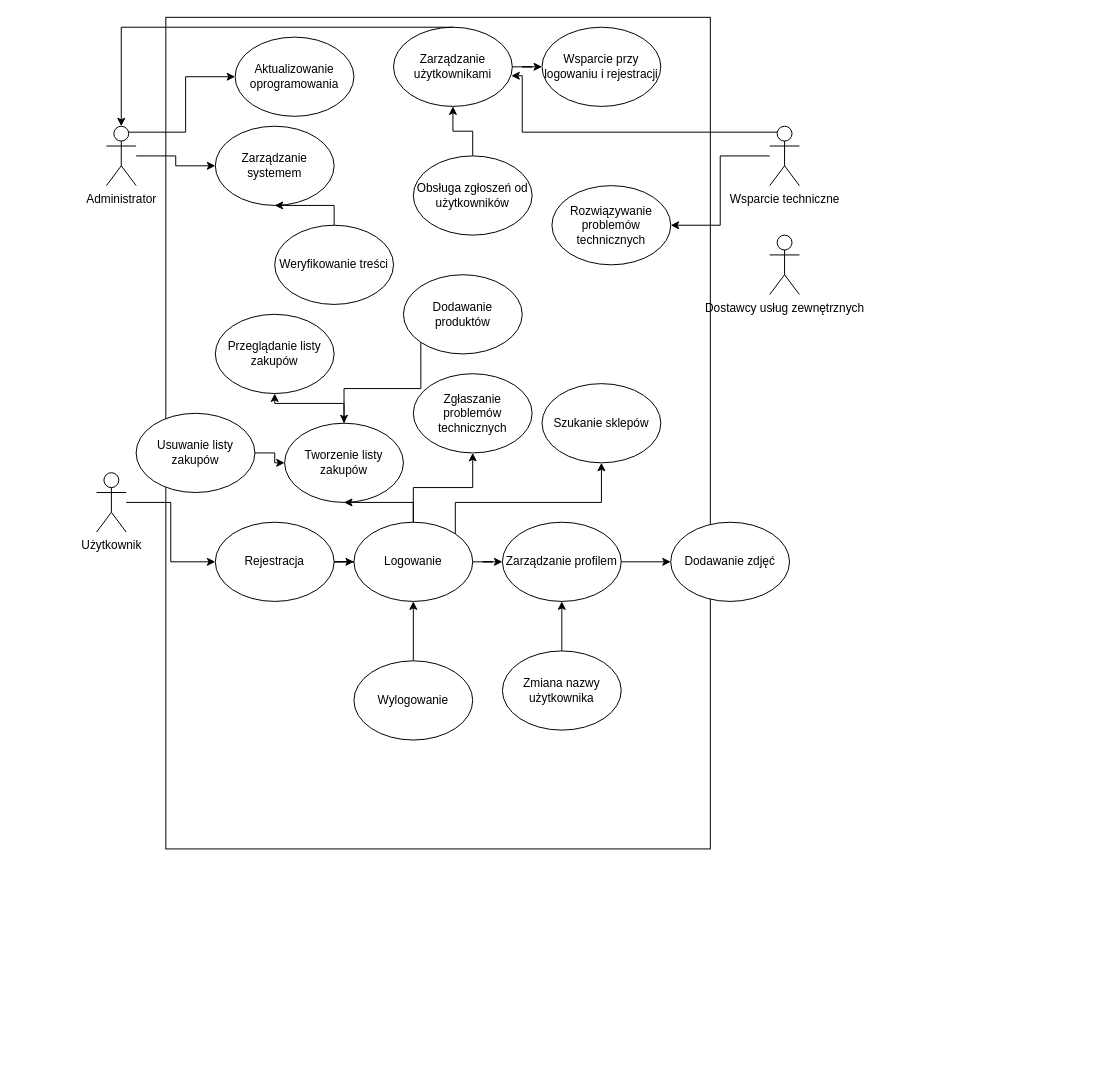
Before: Untitled Diagram.drawio in przemekszw/ReactApp, a draw.io diagram. Source tidied: cells renumbered, new cells numbered last; positions are measured from the earlier drawing's top-left corner, leaving out a move shared by most shapes. Both pictures are drawn from the tidied source at 99%, with x=0, y=0 at pixel (96, 17).
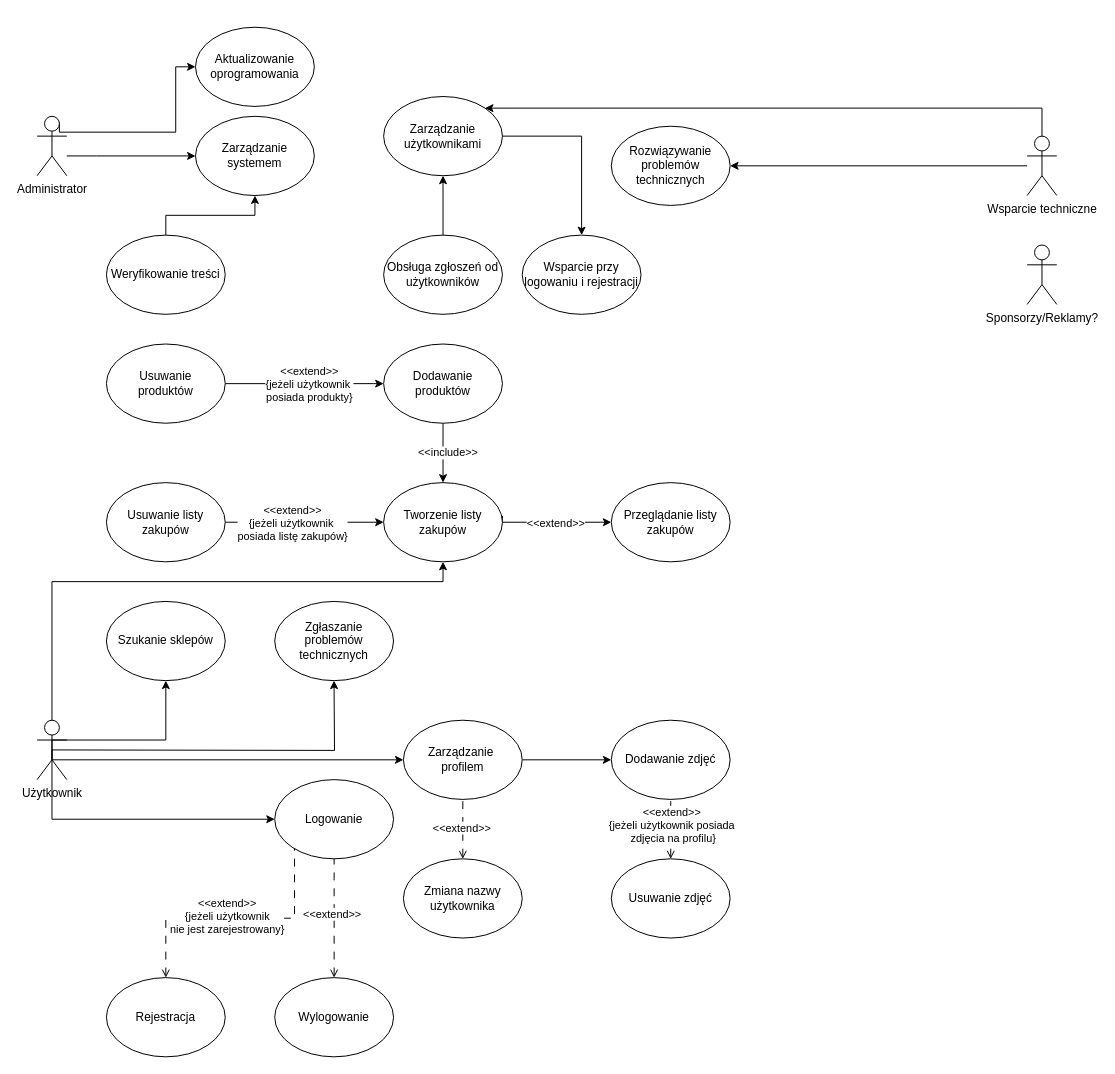
The same diagram, later.

The change refers to these unchanged cells:
```xml
<mxCell id="36" style="edgeStyle=orthogonalEdgeStyle;rounded=0;jettySize=auto;html=1;" parent="1" edge="1" source="37" target="11">
  <mxGeometry relative="1" as="geometry" />
</mxCell>
```

Change to the diagram source:
```diff
@@
-    <mxCell id="2" style="rounded=0;whiteSpace=wrap;html=1;shadow=0;" parent="1" vertex="1">
-      <mxGeometry x="70" width="550" height="840" as="geometry" />
-    </mxCell>
     <mxCell id="3" style="edgeStyle=orthogonalEdgeStyle;rounded=0;jettySize=auto;html=1;" parent="1" edge="1" source="5" target="23">
-      <mxGeometry relative="1" as="geometry" />
+      <mxGeometry relative="1" as="geometry">
+        <Array as="points">
+          <mxPoint y="140" />
+          <mxPoint y="140" />
+        </Array>
+      </mxGeometry>
     </mxCell>
     <mxCell id="4" style="edgeStyle=orthogonalEdgeStyle;rounded=0;jettySize=auto;html=1;exitX=0.75;exitY=0.1;exitDx=0;exitDy=0;exitPerimeter=0;entryX=0;entryY=0.5;entryDx=0;entryDy=0;" parent="1" edge="1" source="5" target="8">
-      <mxGeometry relative="1" as="geometry" />
+      <mxGeometry relative="1" as="geometry">
+        <Array as="points">
+          <mxPoint x="-38" y="116" />
+          <mxPoint x="80" y="116" />
+          <mxPoint x="80" y="50" />
+        </Array>
+      </mxGeometry>
     </mxCell>
     <mxCell id="5" value="&lt;div&gt;Administrator&lt;/div&gt;" style="shape=umlActor;verticalLabelPosition=bottom;verticalAlign=top;html=1;outlineConnect=0;" parent="1" vertex="1">
-      <mxGeometry x="10" y="110" width="30" height="60" as="geometry" />
+      <mxGeometry x="-60" y="100" width="30" height="60" as="geometry" />
     </mxCell>
-    <mxCell id="6" style="edgeStyle=orthogonalEdgeStyle;rounded=0;jettySize=auto;html=1;" parent="1" edge="1" source="7" target="19">
-      <mxGeometry relative="1" as="geometry" />
+    <mxCell id="6" style="edgeStyle=orthogonalEdgeStyle;rounded=0;jettySize=auto;html=1;endArrow=none;endFill=0;startArrow=open;startFill=0;dashed=1;dashPattern=8 8;" parent="1" edge="1" source="19" target="17">
+      <mxGeometry relative="1" as="geometry">
+        <Array as="points">
+          <mxPoint x="70" y="910" />
+          <mxPoint x="200" y="910" />
+        </Array>
+      </mxGeometry>
     </mxCell>
+    <mxCell id="46" value="&lt;div&gt;&amp;lt;&amp;lt;extend&amp;gt;&amp;gt;&lt;/div&gt;&lt;div&gt;{jeżeli użytkownik&lt;/div&gt;&lt;div&gt;nie jest zarejestrowany}&lt;/div&gt;" style="edgeLabel;html=1;align=center;verticalAlign=middle;" parent="6" vertex="1">
+      <mxGeometry x="0.12" y="3" relative="1" as="geometry">
+        <mxPoint x="-25" as="offset" />
+      </mxGeometry>
+    </mxCell>
+    <mxCell id="47" style="edgeStyle=orthogonalEdgeStyle;rounded=0;jettySize=auto;html=1;exitX=0.5;exitY=0.5;exitDx=0;exitDy=0;exitPerimeter=0;entryX=0;entryY=0.5;entryDx=0;entryDy=0;" parent="1" edge="1" source="7" target="41">
+      <mxGeometry relative="1" as="geometry">
+        <Array as="points">
+          <mxPoint x="-45" y="750" />
+        </Array>
+      </mxGeometry>
+    </mxCell>
+    <mxCell id="48" style="edgeStyle=orthogonalEdgeStyle;rounded=0;jettySize=auto;html=1;exitX=0.5;exitY=0.5;exitDx=0;exitDy=0;exitPerimeter=0;entryX=0.5;entryY=1;entryDx=0;entryDy=0;" parent="1" edge="1" source="7" target="20">
+      <mxGeometry relative="1" as="geometry">
+        <Array as="points">
+          <mxPoint x="-45" y="730" />
+          <mxPoint x="70" y="730" />
+        </Array>
+      </mxGeometry>
+    </mxCell>
+    <mxCell id="49" style="edgeStyle=orthogonalEdgeStyle;rounded=0;orthogonalLoop=1;jettySize=auto;html=1;exitX=0.5;exitY=0.5;exitDx=0;exitDy=0;exitPerimeter=0;entryX=0.5;entryY=1;entryDx=0;entryDy=0;" parent="1" edge="1">
+      <mxGeometry relative="1" as="geometry">
+        <mxPoint x="-45" y="740" as="sourcePoint" />
+        <mxPoint x="239.9" y="670" as="targetPoint" />
+      </mxGeometry>
+    </mxCell>
     <mxCell id="7" value="&lt;div&gt;Użytkownik&lt;/div&gt;" style="shape=umlActor;verticalLabelPosition=bottom;verticalAlign=top;html=1;outlineConnect=0;" parent="1" vertex="1">
-      <mxGeometry y="460" width="30" height="60" as="geometry" />
+      <mxGeometry x="-60" y="710" width="30" height="60" as="geometry" />
     </mxCell>
     <mxCell id="8" value="&lt;div&gt;Aktualizowanie oprogramowania&lt;/div&gt;" style="ellipse;whiteSpace=wrap;html=1;" parent="1" vertex="1">
-      <mxGeometry x="140" y="20" width="120" height="80" as="geometry" />
+      <mxGeometry x="100" y="10" width="120" height="80" as="geometry" />
     </mxCell>
     <mxCell id="9" value="Przeglądanie listy zakupów" style="ellipse;whiteSpace=wrap;html=1;" parent="1" vertex="1">
-      <mxGeometry x="120" y="300" width="120" height="80" as="geometry" />
+      <mxGeometry x="520" y="470" width="120" height="80" as="geometry" />
     </mxCell>
-    <mxCell id="10" style="edgeStyle=orthogonalEdgeStyle;rounded=0;jettySize=auto;html=1;" parent="1" edge="1" source="11" target="9">
-      <mxGeometry relative="1" as="geometry" />
+    <mxCell id="10" style="edgeStyle=orthogonalEdgeStyle;rounded=0;jettySize=auto;html=1;entryX=0;entryY=0.5;entryDx=0;entryDy=0;exitX=1;exitY=0.42;exitDx=0;exitDy=0;exitPerimeter=0;" parent="1" edge="1" source="11" target="9">
+      <mxGeometry relative="1" as="geometry">
+        <Array as="points">
+          <mxPoint x="410" y="510" />
+          <mxPoint x="520" y="510" />
+        </Array>
+      </mxGeometry>
     </mxCell>
+    <mxCell id="50" value="&amp;lt;&amp;lt;extend&amp;gt;&amp;gt;" style="edgeLabel;html=1;align=center;verticalAlign=middle;" parent="10" vertex="1">
+      <mxGeometry x="0.5" y="-2" relative="1" as="geometry">
+        <mxPoint x="-27" y="-2" as="offset" />
+      </mxGeometry>
+    </mxCell>
     <mxCell id="11" value="Tworzenie listy zakupów" style="ellipse;whiteSpace=wrap;html=1;" parent="1" vertex="1">
-      <mxGeometry x="190" y="410" width="120" height="80" as="geometry" />
+      <mxGeometry x="290" y="470" width="120" height="80" as="geometry" />
     </mxCell>
     <mxCell id="12" value="&lt;div&gt;Dodawanie zdjęć&lt;/div&gt;" style="ellipse;whiteSpace=wrap;html=1;" parent="1" vertex="1">
-      <mxGeometry x="580" y="510" width="120" height="80" as="geometry" />
+      <mxGeometry x="520" y="710" width="120" height="80" as="geometry" />
     </mxCell>
-    <mxCell id="13" style="edgeStyle=orthogonalEdgeStyle;rounded=0;jettySize=auto;html=1;" parent="1" edge="1" source="17" target="11">
-      <mxGeometry relative="1" as="geometry" />
-    </mxCell>
-    <mxCell id="14" style="edgeStyle=orthogonalEdgeStyle;rounded=0;jettySize=auto;html=1;exitX=1;exitY=0;exitDx=0;exitDy=0;" parent="1" edge="1" source="17" target="20">
-      <mxGeometry relative="1" as="geometry">
-        <Array as="points">
-          <mxPoint x="362" y="490" />
-          <mxPoint x="510" y="490" />
-        </Array>
-      </mxGeometry>
-    </mxCell>
-    <mxCell id="15" style="edgeStyle=orthogonalEdgeStyle;rounded=0;jettySize=auto;html=1;entryX=0.5;entryY=1;entryDx=0;entryDy=0;" parent="1" edge="1" source="17" target="35">
-      <mxGeometry relative="1" as="geometry" />
-    </mxCell>
-    <mxCell id="16" style="edgeStyle=orthogonalEdgeStyle;rounded=0;jettySize=auto;html=1;" parent="1" edge="1" source="17" target="41">
-      <mxGeometry relative="1" as="geometry" />
-    </mxCell>
     <mxCell id="17" value="&lt;div&gt;Logowanie&lt;/div&gt;" style="ellipse;whiteSpace=wrap;html=1;" parent="1" vertex="1">
-      <mxGeometry x="260" y="510" width="120" height="80" as="geometry" />
+      <mxGeometry x="180" y="770" width="120" height="80" as="geometry" />
     </mxCell>
-    <mxCell id="18" style="edgeStyle=orthogonalEdgeStyle;rounded=0;jettySize=auto;html=1;" parent="1" edge="1" source="19" target="17">
-      <mxGeometry relative="1" as="geometry" />
+    <mxCell id="18" style="edgeStyle=orthogonalEdgeStyle;rounded=0;jettySize=auto;html=1;exitX=0.5;exitY=0.5;exitDx=0;exitDy=0;exitPerimeter=0;" parent="1" edge="1" source="7" target="17">
+      <mxGeometry relative="1" as="geometry">
+        <Array as="points">
+          <mxPoint x="-45" y="810" />
+          <mxPoint x="240" y="810" />
+        </Array>
+      </mxGeometry>
     </mxCell>
     <mxCell id="19" value="&lt;div&gt;Rejestracja&lt;/div&gt;" style="ellipse;whiteSpace=wrap;html=1;" parent="1" vertex="1">
-      <mxGeometry x="120" y="510" width="120" height="80" as="geometry" />
+      <mxGeometry x="10" y="970" width="120" height="80" as="geometry" />
     </mxCell>
     <mxCell id="20" value="Szukanie sklepów" style="ellipse;whiteSpace=wrap;html=1;" parent="1" vertex="1">
-      <mxGeometry x="450" y="370" width="120" height="80" as="geometry" />
+      <mxGeometry x="10" y="590" width="120" height="80" as="geometry" />
     </mxCell>
@@
     <mxCell id="22" value="Zarządzanie użytkownikami" style="ellipse;whiteSpace=wrap;html=1;" parent="1" vertex="1">
-      <mxGeometry x="300" y="10" width="120" height="80" as="geometry" />
+      <mxGeometry x="290" y="80" width="120" height="80" as="geometry" />
     </mxCell>
     <mxCell id="23" value="Zarządzanie systemem" style="ellipse;whiteSpace=wrap;html=1;" parent="1" vertex="1">
-      <mxGeometry x="120" y="110" width="120" height="80" as="geometry" />
+      <mxGeometry x="100" y="100" width="120" height="80" as="geometry" />
     </mxCell>
@@
     <mxCell id="25" value="Weryfikowanie treści" style="ellipse;whiteSpace=wrap;html=1;" parent="1" vertex="1">
-      <mxGeometry x="180" y="210" width="120" height="80" as="geometry" />
+      <mxGeometry x="10" y="220" width="120" height="80" as="geometry" />
     </mxCell>
@@
+    <mxCell id="34" style="edgeStyle=orthogonalEdgeStyle;rounded=0;jettySize=auto;html=1;exitX=0.5;exitY=0;exitDx=0;exitDy=0;exitPerimeter=0;entryX=1;entryY=0;entryDx=0;entryDy=0;" parent="1" edge="1" source="27" target="22">
+      <mxGeometry relative="1" as="geometry" />
+    </mxCell>
     <mxCell id="27" value="&lt;div&gt;Wsparcie techniczne&lt;/div&gt;" style="shape=umlActor;verticalLabelPosition=bottom;verticalAlign=top;html=1;outlineConnect=0;" parent="1" vertex="1">
-      <mxGeometry x="680" y="110" width="30" height="60" as="geometry" />
+      <mxGeometry x="940" y="120" width="30" height="60" as="geometry" />
     </mxCell>
-    <mxCell id="28" value="Dostawcy usług zewnętrznych" style="shape=umlActor;verticalLabelPosition=bottom;verticalAlign=top;html=1;" parent="1" vertex="1">
-      <mxGeometry x="680" y="220" width="30" height="60" as="geometry" />
+    <mxCell id="28" value="&lt;div&gt;Sponsorzy/Reklamy?&lt;/div&gt;" style="shape=umlActor;verticalLabelPosition=bottom;verticalAlign=top;html=1;" parent="1" vertex="1">
+      <mxGeometry x="940" y="230" width="30" height="60" as="geometry" />
     </mxCell>
@@
     <mxCell id="30" value="Obsługa zgłoszeń od użytkowników" style="ellipse;whiteSpace=wrap;html=1;" parent="1" vertex="1">
-      <mxGeometry x="320" y="140" width="120" height="80" as="geometry" />
+      <mxGeometry x="290" y="220" width="120" height="80" as="geometry" />
     </mxCell>
     <mxCell id="31" value="Rozwiązywanie problemów technicznych" style="ellipse;whiteSpace=wrap;html=1;" parent="1" vertex="1">
-      <mxGeometry x="460" y="170" width="120" height="80" as="geometry" />
+      <mxGeometry x="520" y="110" width="120" height="80" as="geometry" />
     </mxCell>
-    <mxCell id="32" style="edgeStyle=orthogonalEdgeStyle;rounded=0;jettySize=auto;html=1;entryX=0.5;entryY=0;entryDx=0;entryDy=0;entryPerimeter=0;" parent="1" edge="1" source="22" target="5">
-      <mxGeometry relative="1" as="geometry">
-        <Array as="points">
-          <mxPoint x="25" y="10" />
-        </Array>
-      </mxGeometry>
-    </mxCell>
     <mxCell id="33" value="Wsparcie przy logowaniu i rejestracji" style="ellipse;whiteSpace=wrap;html=1;" parent="1" vertex="1">
-      <mxGeometry x="450" y="10" width="120" height="80" as="geometry" />
+      <mxGeometry x="430" y="220" width="120" height="80" as="geometry" />
     </mxCell>
-    <mxCell id="34" style="edgeStyle=orthogonalEdgeStyle;rounded=0;jettySize=auto;html=1;exitX=0.25;exitY=0.1;exitDx=0;exitDy=0;exitPerimeter=0;entryX=0.992;entryY=0.613;entryDx=0;entryDy=0;entryPerimeter=0;" parent="1" edge="1" source="27" target="22">
-      <mxGeometry relative="1" as="geometry">
-        <Array as="points">
-          <mxPoint x="430" y="116" />
-          <mxPoint x="430" y="59" />
-        </Array>
-      </mxGeometry>
-    </mxCell>
     <mxCell id="35" value="Zgłaszanie problemów technicznych" style="ellipse;whiteSpace=wrap;html=1;" parent="1" vertex="1">
-      <mxGeometry x="320" y="360" width="120" height="80" as="geometry" />
+      <mxGeometry x="180" y="590" width="120" height="80" as="geometry" />
     </mxCell>
@@
+    <mxCell id="51" value="&lt;div&gt;&amp;lt;&amp;lt;extend&amp;gt;&amp;gt;&lt;/div&gt;&lt;div&gt;{jeżeli użytkownik&amp;nbsp;&lt;/div&gt;&lt;div&gt;posiada listę zakupów}&lt;br&gt;&lt;/div&gt;" style="edgeLabel;html=1;align=center;verticalAlign=middle;" parent="36" vertex="1">
+      <mxGeometry x="-0.28" relative="1" as="geometry">
+        <mxPoint x="9" as="offset" />
+      </mxGeometry>
+    </mxCell>
     <mxCell id="37" value="Usuwanie listy zakupów" style="ellipse;whiteSpace=wrap;html=1;" parent="1" vertex="1">
-      <mxGeometry x="40" y="400" width="120" height="80" as="geometry" />
+      <mxGeometry x="10" y="470" width="120" height="80" as="geometry" />
     </mxCell>
-    <mxCell id="38" style="edgeStyle=orthogonalEdgeStyle;rounded=0;jettySize=auto;html=1;exitX=0;exitY=1;exitDx=0;exitDy=0;" parent="1" edge="1" source="39" target="11">
+    <mxCell id="38" style="edgeStyle=orthogonalEdgeStyle;rounded=0;jettySize=auto;html=1;" parent="1" edge="1" source="39" target="11">
       <mxGeometry relative="1" as="geometry" />
     </mxCell>
+    <mxCell id="52" value="&amp;lt;&amp;lt;include&amp;gt;&amp;gt;" style="edgeLabel;html=1;align=center;verticalAlign=middle;" parent="38" vertex="1">
+      <mxGeometry x="-0.04" y="4" relative="1" as="geometry" />
+    </mxCell>
     <mxCell id="39" value="Dodawanie produktów" style="ellipse;whiteSpace=wrap;html=1;" parent="1" vertex="1">
-      <mxGeometry x="310" y="260" width="120" height="80" as="geometry" />
+      <mxGeometry x="290" y="330" width="120" height="80" as="geometry" />
     </mxCell>
@@
-    <mxCell id="41" value="&lt;div&gt;Zarządzanie profilem&lt;/div&gt;" style="ellipse;whiteSpace=wrap;html=1;" parent="1" vertex="1">
-      <mxGeometry x="410" y="510" width="120" height="80" as="geometry" />
+    <mxCell id="41" value="&lt;div&gt;Zarządzanie&amp;nbsp;&lt;/div&gt;&lt;div&gt;profilem&lt;/div&gt;" style="ellipse;whiteSpace=wrap;html=1;" parent="1" vertex="1">
+      <mxGeometry x="310" y="710" width="120" height="80" as="geometry" />
     </mxCell>
-    <mxCell id="42" style="edgeStyle=orthogonalEdgeStyle;rounded=0;jettySize=auto;html=1;" parent="1" edge="1" source="43" target="41">
+    <mxCell id="42" style="edgeStyle=orthogonalEdgeStyle;rounded=0;jettySize=auto;html=1;endArrow=none;endFill=0;startArrow=open;startFill=0;dashed=1;dashPattern=8 8;" parent="1" edge="1" source="43" target="41">
       <mxGeometry relative="1" as="geometry" />
     </mxCell>
+    <mxCell id="53" value="&lt;div&gt;&amp;lt;&amp;lt;extend&amp;gt;&amp;gt;&lt;/div&gt;" style="edgeLabel;html=1;align=center;verticalAlign=middle;" parent="42" vertex="1">
+      <mxGeometry x="0.08" y="2" relative="1" as="geometry" />
+    </mxCell>
     <mxCell id="43" value="&lt;div&gt;Zmiana nazwy użytkownika&lt;/div&gt;" style="ellipse;whiteSpace=wrap;html=1;" parent="1" vertex="1">
-      <mxGeometry x="410" y="640" width="120" height="80" as="geometry" />
+      <mxGeometry x="310" y="850" width="120" height="80" as="geometry" />
     </mxCell>
-    <mxCell id="44" style="edgeStyle=orthogonalEdgeStyle;rounded=0;jettySize=auto;html=1;" parent="1" edge="1" source="45" target="17">
-      <mxGeometry relative="1" as="geometry" />
+    <mxCell id="44" style="edgeStyle=orthogonalEdgeStyle;rounded=0;jettySize=auto;html=1;startArrow=open;startFill=0;endArrow=none;endFill=0;dashed=1;dashPattern=8 8;exitX=0.5;exitY=0;exitDx=0;exitDy=0;" parent="1" edge="1" source="45">
+      <mxGeometry relative="1" as="geometry">
+        <mxPoint x="240" y="850" as="targetPoint" />
+        <Array as="points">
+          <mxPoint x="240" y="870" />
+          <mxPoint x="240" y="870" />
+        </Array>
+      </mxGeometry>
     </mxCell>
+    <mxCell id="54" value="&lt;div&gt;&amp;lt;&amp;lt;extend&amp;gt;&amp;gt;&lt;/div&gt;" style="edgeLabel;html=1;align=center;verticalAlign=middle;" parent="44" vertex="1">
+      <mxGeometry x="0.08" y="3" relative="1" as="geometry" />
+    </mxCell>
     <mxCell id="45" value="Wylogowanie" style="ellipse;whiteSpace=wrap;html=1;" parent="1" vertex="1">
-      <mxGeometry x="260" y="650" width="120" height="80" as="geometry" />
+      <mxGeometry x="180" y="970" width="120" height="80" as="geometry" />
     </mxCell>
+    <mxCell id="55" style="edgeStyle=orthogonalEdgeStyle;rounded=0;jettySize=auto;html=1;exitX=1;exitY=0.5;exitDx=0;exitDy=0;entryX=0;entryY=0.5;entryDx=0;entryDy=0;" parent="1" edge="1" source="57" target="39">
+      <mxGeometry relative="1" as="geometry">
+        <Array as="points">
+          <mxPoint x="280" y="370" />
+          <mxPoint x="280" y="370" />
+        </Array>
+      </mxGeometry>
+    </mxCell>
+    <mxCell id="56" value="&lt;div&gt;&amp;lt;&amp;lt;extend&amp;gt;&amp;gt;&lt;/div&gt;&lt;div&gt;{jeżeli użytkownik&amp;nbsp;&lt;/div&gt;&lt;div&gt;posiada produkty}&lt;br&gt;&lt;/div&gt;" style="edgeLabel;html=1;align=center;verticalAlign=middle;" parent="55" vertex="1">
+      <mxGeometry x="-0.3" y="-1" relative="1" as="geometry">
+        <mxPoint x="28" y="-1" as="offset" />
+      </mxGeometry>
+    </mxCell>
+    <mxCell id="57" value="&lt;div&gt;Usuwanie&lt;/div&gt;&lt;div&gt;produktów&lt;/div&gt;" style="ellipse;whiteSpace=wrap;html=1;" parent="1" vertex="1">
+      <mxGeometry x="10" y="330" width="120" height="80" as="geometry" />
+    </mxCell>
+    <mxCell id="58" style="edgeStyle=orthogonalEdgeStyle;rounded=0;jettySize=auto;html=1;exitX=0.5;exitY=0;exitDx=0;exitDy=0;entryX=0.5;entryY=1;entryDx=0;entryDy=0;startArrow=open;startFill=0;endArrow=none;endFill=0;dashed=1;dashPattern=8 8;" parent="1" edge="1" source="60" target="12">
+      <mxGeometry relative="1" as="geometry" />
+    </mxCell>
+    <mxCell id="59" value="&lt;div&gt;&amp;lt;&amp;lt;extend&amp;gt;&amp;gt;&lt;/div&gt;&lt;div&gt;{jeżeli użytkownik posiada&lt;/div&gt;&lt;div&gt;&amp;nbsp;zdjęcia na profilu}&lt;br&gt;&lt;/div&gt;" style="edgeLabel;html=1;align=center;verticalAlign=middle;" parent="58" vertex="1">
+      <mxGeometry x="0.16" relative="1" as="geometry" />
+    </mxCell>
+    <mxCell id="60" value="Usuwanie zdjęć" style="ellipse;whiteSpace=wrap;html=1;" parent="1" vertex="1">
+      <mxGeometry x="520" y="850" width="120" height="80" as="geometry" />
+    </mxCell>
+    <mxCell id="61" style="edgeStyle=orthogonalEdgeStyle;rounded=0;jettySize=auto;html=1;exitX=0.5;exitY=0;exitDx=0;exitDy=0;exitPerimeter=0;entryX=0.5;entryY=1;entryDx=0;entryDy=0;" parent="1" edge="1" source="7" target="11">
+      <mxGeometry relative="1" as="geometry">
+        <Array as="points">
+          <mxPoint x="-45" y="570" />
+          <mxPoint x="350" y="570" />
+        </Array>
+      </mxGeometry>
+    </mxCell>
```
